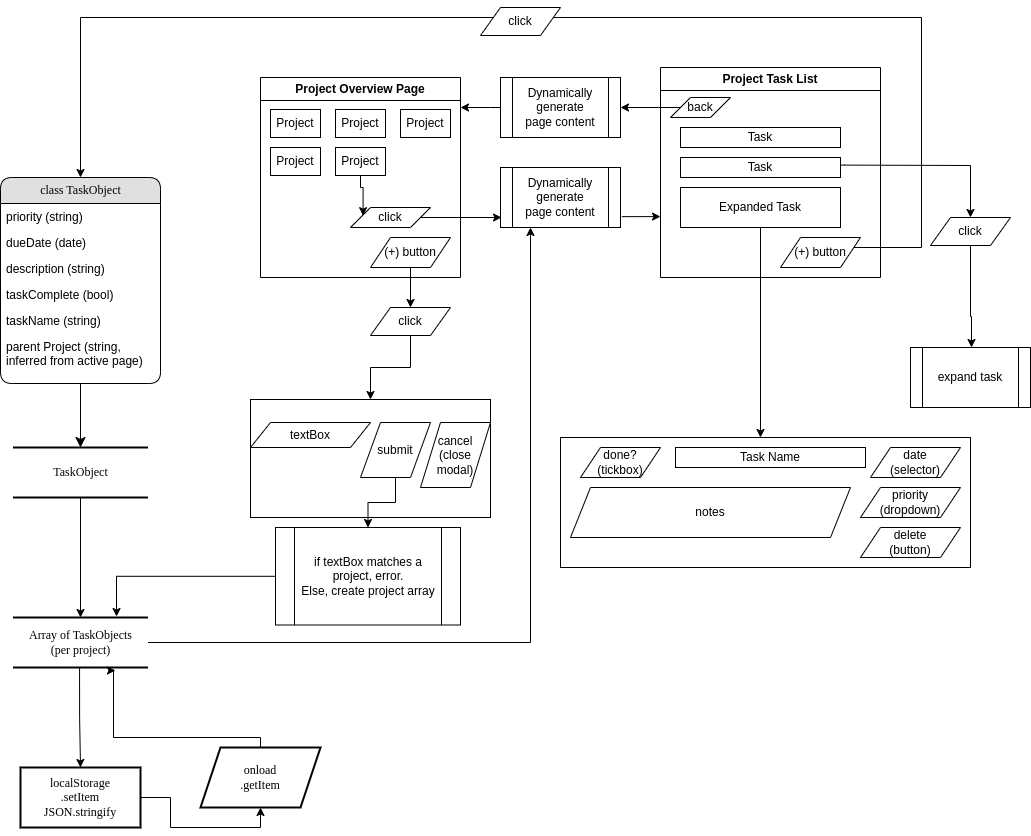
Before: flowchart.drawio.png, a diagram exported from draw.io (sykul/Todo-List). Source tidied: cells renumbered, new cells last; positions are measured from the earlier drawing's top-left corner, leaving out a move shared by most shapes.
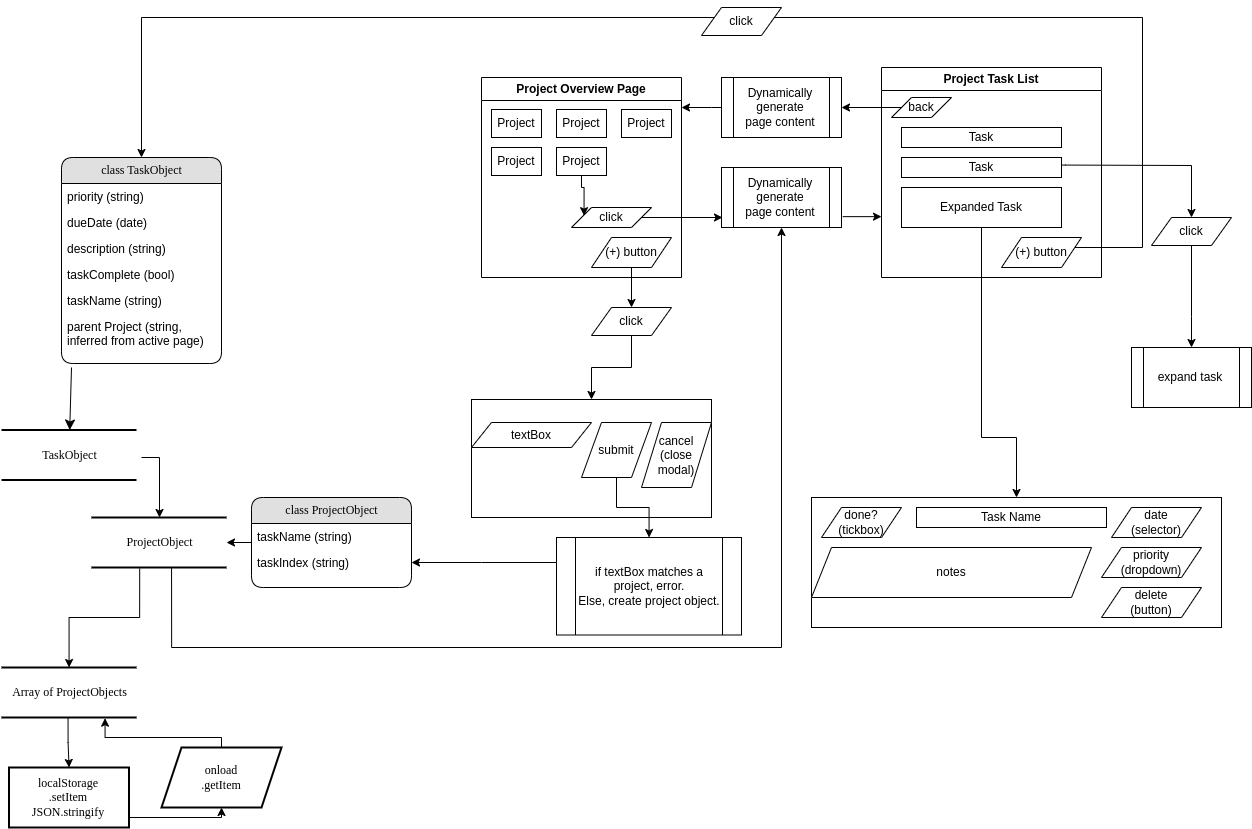
The same file after the commit.

The edit, as a diff of the source:
```diff
@@ -2,14 +2,21 @@
   <root>
     <mxCell id="0" />
     <mxCell id="1" parent="0" />
-    <mxCell id="2" style="edgeStyle=orthogonalEdgeStyle;rounded=0;jettySize=auto;html=1;" parent="1" edge="1" source="3" target="12">
+    <mxCell id="2" style="edgeStyle=orthogonalEdgeStyle;rounded=0;jettySize=auto;html=1;exitX=0.357;exitY=1.022;exitDx=0;exitDy=0;exitPerimeter=0;" parent="1" edge="1" source="70" target="12">
       <mxGeometry relative="1" as="geometry" />
     </mxCell>
+    <mxCell id="65" style="edgeStyle=orthogonalEdgeStyle;rounded=0;jettySize=auto;html=1;exitX=1.037;exitY=0.55;exitDx=0;exitDy=0;exitPerimeter=0;" parent="1" edge="1" source="3" target="70">
+      <mxGeometry relative="1" as="geometry">
+        <Array as="points">
+          <mxPoint x="-62" y="450" />
+        </Array>
+      </mxGeometry>
+    </mxCell>
     <mxCell id="3" value="TaskObject" style="html=1;rounded=0;shadow=0;comic=0;labelBackgroundColor=none;strokeWidth=2;fontFamily=Verdana;fontSize=12;align=center;shape=mxgraph.ios7ui.horLines;" parent="1" vertex="1">
-      <mxGeometry x="12.5" y="440" width="135" height="50" as="geometry" />
+      <mxGeometry x="-220" y="422.5" width="135" height="50" as="geometry" />
     </mxCell>
     <mxCell id="4" value="class TaskObject" style="swimlane;html=1;fontStyle=0;horizontal=1;startSize=26;fillColor=#e0e0e0;swimlaneFillColor=#ffffff;align=center;rounded=1;shadow=0;comic=0;labelBackgroundColor=none;strokeWidth=1;fontFamily=Verdana;fontSize=12;" parent="1" vertex="1">
-      <mxGeometry y="170" width="160" height="206" as="geometry" />
+      <mxGeometry x="-160" y="150" width="160" height="206" as="geometry" />
     </mxCell>
     <mxCell id="5" value="priority (string)" style="text;html=1;strokeColor=none;fillColor=none;spacingLeft=4;spacingRight=4;whiteSpace=wrap;overflow=hidden;" parent="4" vertex="1">
       <mxGeometry y="26" width="160" height="26" as="geometry" />
@@ -29,14 +36,21 @@
     <mxCell id="10" value="parent Project (string, inferred from active page)" style="text;html=1;strokeColor=none;fillColor=none;spacingLeft=4;spacingRight=4;whiteSpace=wrap;overflow=hidden;" parent="4" vertex="1">
       <mxGeometry y="156" width="160" height="34" as="geometry" />
     </mxCell>
-    <mxCell id="11" style="edgeStyle=orthogonalEdgeStyle;rounded=0;jettySize=auto;html=1;entryX=0.25;entryY=1;entryDx=0;entryDy=0;" parent="1" edge="1" source="12" target="44">
-      <mxGeometry relative="1" as="geometry" />
+    <mxCell id="11" style="edgeStyle=orthogonalEdgeStyle;rounded=0;jettySize=auto;html=1;entryX=0.5;entryY=1;entryDx=0;entryDy=0;exitX=0.593;exitY=1.013;exitDx=0;exitDy=0;exitPerimeter=0;" parent="1" edge="1" source="70" target="44">
+      <mxGeometry relative="1" as="geometry">
+        <Array as="points">
+          <mxPoint x="-50" y="640" />
+          <mxPoint x="560" y="640" />
+        </Array>
+      </mxGeometry>
     </mxCell>
-    <mxCell id="12" value="&lt;div&gt;&lt;span style=&quot;background-color: initial;&quot;&gt;Array of TaskObjects&lt;/span&gt;&lt;br&gt;&lt;/div&gt;&lt;div&gt;&lt;span style=&quot;background-color: initial;&quot;&gt;(per project)&lt;/span&gt;&lt;/div&gt;" style="html=1;rounded=0;shadow=0;comic=0;labelBackgroundColor=none;strokeWidth=2;fontFamily=Verdana;fontSize=12;align=center;shape=mxgraph.ios7ui.horLines;" parent="1" vertex="1">
-      <mxGeometry x="12.5" y="610" width="135" height="50" as="geometry" />
+    <mxCell id="12" value="&lt;div&gt;&lt;span style=&quot;background-color: initial;&quot;&gt;Array of ProjectObjects&lt;/span&gt;&lt;/div&gt;" style="html=1;rounded=0;shadow=0;comic=0;labelBackgroundColor=none;strokeWidth=2;fontFamily=Verdana;fontSize=12;align=center;shape=mxgraph.ios7ui.horLines;" parent="1" vertex="1">
+      <mxGeometry x="-220" y="660" width="135" height="50" as="geometry" />
     </mxCell>
-    <mxCell id="13" style="edgeStyle=none;html=1;labelBackgroundColor=none;startFill=0;startSize=8;endFill=1;endSize=8;fontFamily=Verdana;fontSize=12;" parent="1" edge="1" source="4" target="3">
-      <mxGeometry relative="1" as="geometry" />
+    <mxCell id="13" style="edgeStyle=none;html=1;labelBackgroundColor=none;startFill=0;startSize=8;endFill=1;endSize=8;fontFamily=Verdana;fontSize=12;" parent="1" edge="1" target="3">
+      <mxGeometry relative="1" as="geometry">
+        <mxPoint x="-150" y="360" as="sourcePoint" />
+      </mxGeometry>
     </mxCell>
     <mxCell id="14" value="Project Overview&lt;span style=&quot;background-color: initial;&quot;&gt;&amp;nbsp;Page&lt;/span&gt;" style="swimlane;whiteSpace=wrap;html=1;" parent="1" vertex="1">
       <mxGeometry x="260" y="70" width="200" height="200" as="geometry" />
@@ -91,7 +105,7 @@
     <mxCell id="29" style="edgeStyle=orthogonalEdgeStyle;rounded=0;jettySize=auto;html=1;entryX=0.5;entryY=0;entryDx=0;entryDy=0;" parent="1" edge="1" source="54" target="4">
       <mxGeometry relative="1" as="geometry">
         <Array as="points">
-          <mxPoint x="80" y="10" />
+          <mxPoint x="-80" y="10" />
         </Array>
       </mxGeometry>
     </mxCell>
@@ -123,25 +137,25 @@
       <mxGeometry x="910" y="340" width="120" height="60" as="geometry" />
     </mxCell>
     <mxCell id="35" style="rounded=0;whiteSpace=wrap;html=1;" parent="1" vertex="1">
-      <mxGeometry x="560" y="430" width="410" height="130" as="geometry" />
+      <mxGeometry x="590" y="490" width="410" height="130" as="geometry" />
     </mxCell>
     <mxCell id="36" value="date&lt;div&gt;(selector)&lt;/div&gt;" style="shape=parallelogram;perimeter=parallelogramPerimeter;whiteSpace=wrap;html=1;fixedSize=1;" parent="1" vertex="1">
-      <mxGeometry x="870" y="440" width="90" height="30" as="geometry" />
+      <mxGeometry x="890" y="500" width="90" height="30" as="geometry" />
     </mxCell>
     <mxCell id="37" value="done?&lt;div&gt;(tickbox)&lt;/div&gt;" style="shape=parallelogram;perimeter=parallelogramPerimeter;whiteSpace=wrap;html=1;fixedSize=1;" parent="1" vertex="1">
-      <mxGeometry x="580" y="440" width="80" height="30" as="geometry" />
+      <mxGeometry x="600" y="500" width="80" height="30" as="geometry" />
     </mxCell>
     <mxCell id="38" value="notes" style="shape=parallelogram;perimeter=parallelogramPerimeter;whiteSpace=wrap;html=1;fixedSize=1;" parent="1" vertex="1">
-      <mxGeometry x="570" y="480" width="280" height="50" as="geometry" />
+      <mxGeometry x="590" y="540" width="280" height="50" as="geometry" />
     </mxCell>
     <mxCell id="39" value="priority&lt;div&gt;(dropdown)&lt;/div&gt;" style="shape=parallelogram;perimeter=parallelogramPerimeter;whiteSpace=wrap;html=1;fixedSize=1;" parent="1" vertex="1">
-      <mxGeometry x="860" y="480" width="100" height="30" as="geometry" />
+      <mxGeometry x="880" y="540" width="100" height="30" as="geometry" />
     </mxCell>
     <mxCell id="40" value="Task Name" style="rounded=0;whiteSpace=wrap;html=1;" parent="1" vertex="1">
-      <mxGeometry x="675" y="440" width="190" height="20" as="geometry" />
+      <mxGeometry x="695" y="500" width="190" height="20" as="geometry" />
     </mxCell>
     <mxCell id="41" value="delete&lt;div&gt;(button)&lt;/div&gt;" style="shape=parallelogram;perimeter=parallelogramPerimeter;whiteSpace=wrap;html=1;fixedSize=1;" parent="1" vertex="1">
-      <mxGeometry x="860" y="520" width="100" height="30" as="geometry" />
+      <mxGeometry x="880" y="580" width="100" height="30" as="geometry" />
     </mxCell>
     <mxCell id="42" style="edgeStyle=orthogonalEdgeStyle;rounded=0;jettySize=auto;html=1;exitX=1.011;exitY=0.819;exitDx=0;exitDy=0;exitPerimeter=0;" parent="1" edge="1" source="44">
       <mxGeometry relative="1" as="geometry">
@@ -171,11 +185,11 @@
     <mxCell id="46" style="edgeStyle=orthogonalEdgeStyle;rounded=0;jettySize=auto;html=1;entryX=1;entryY=0.5;entryDx=0;entryDy=0;" parent="1" edge="1" source="28" target="48">
       <mxGeometry relative="1" as="geometry" />
     </mxCell>
-    <mxCell id="47" style="edgeStyle=orthogonalEdgeStyle;rounded=0;jettySize=auto;html=1;" parent="1" edge="1" source="26">
+    <mxCell id="47" style="edgeStyle=orthogonalEdgeStyle;rounded=0;jettySize=auto;html=1;entryX=0.5;entryY=0;entryDx=0;entryDy=0;" parent="1" edge="1" source="26" target="35">
       <mxGeometry relative="1" as="geometry">
-        <mxPoint x="760" y="430" as="targetPoint" />
         <Array as="points">
           <mxPoint x="760" y="430" />
+          <mxPoint x="795" y="430" />
         </Array>
       </mxGeometry>
     </mxCell>
@@ -183,20 +197,23 @@
       <mxGeometry x="500" y="70" width="120" height="60" as="geometry" />
     </mxCell>
     <mxCell id="49" value="localStorage&lt;div&gt;.setItem&lt;/div&gt;&lt;div&gt;JSON.stringify&lt;/div&gt;" style="whiteSpace=wrap;html=1;fontFamily=Verdana;rounded=0;shadow=0;comic=0;labelBackgroundColor=none;strokeWidth=2;" parent="1" vertex="1">
-      <mxGeometry x="20" y="760" width="120" height="60" as="geometry" />
+      <mxGeometry x="-212.5" y="760" width="120" height="60" as="geometry" />
     </mxCell>
     <mxCell id="50" style="edgeStyle=orthogonalEdgeStyle;rounded=0;jettySize=auto;html=1;entryX=0.5;entryY=1;entryDx=0;entryDy=0;" parent="1" edge="1" source="49" target="51">
-      <mxGeometry relative="1" as="geometry" />
+      <mxGeometry relative="1" as="geometry">
+        <Array as="points">
+          <mxPoint y="810" />
+        </Array>
+      </mxGeometry>
     </mxCell>
     <mxCell id="51" value="onload&lt;div&gt;.getItem&lt;/div&gt;" style="shape=parallelogram;perimeter=parallelogramPerimeter;whiteSpace=wrap;html=1;fixedSize=1;fontFamily=Verdana;rounded=0;shadow=0;comic=0;labelBackgroundColor=none;strokeWidth=2;" parent="1" vertex="1">
-      <mxGeometry x="200" y="740" width="120" height="60" as="geometry" />
+      <mxGeometry x="-60" y="740" width="120" height="60" as="geometry" />
     </mxCell>
-    <mxCell id="52" style="edgeStyle=orthogonalEdgeStyle;rounded=0;jettySize=auto;html=1;entryX=0.759;entryY=1.06;entryDx=0;entryDy=0;entryPerimeter=0;exitX=0.5;exitY=0;exitDx=0;exitDy=0;" parent="1" edge="1" source="51" target="12">
+    <mxCell id="52" style="edgeStyle=orthogonalEdgeStyle;rounded=0;jettySize=auto;html=1;entryX=0.767;entryY=1.014;entryDx=0;entryDy=0;entryPerimeter=0;exitX=0.5;exitY=0;exitDx=0;exitDy=0;" parent="1" edge="1" source="51" target="12">
       <mxGeometry relative="1" as="geometry">
         <Array as="points">
-          <mxPoint x="260" y="730" />
-          <mxPoint x="113" y="730" />
-          <mxPoint x="113" y="663" />
+          <mxPoint y="730" />
+          <mxPoint x="-117" y="730" />
         </Array>
       </mxGeometry>
     </mxCell>
@@ -235,11 +252,31 @@
     <mxCell id="62" value="cancel&lt;div&gt;(close&lt;/div&gt;&lt;div&gt;modal)&lt;/div&gt;" style="shape=parallelogram;perimeter=parallelogramPerimeter;whiteSpace=wrap;html=1;fixedSize=1;" parent="1" vertex="1">
       <mxGeometry x="420" y="415" width="70" height="65" as="geometry" />
     </mxCell>
-    <mxCell id="63" value="if textBox matches a project, error.&lt;div&gt;Else, create project array&lt;/div&gt;" style="shape=process;whiteSpace=wrap;html=1;backgroundOutline=1;" parent="1" vertex="1">
-      <mxGeometry x="275" y="520" width="185" height="97.5" as="geometry" />
+    <mxCell id="63" value="if textBox matches a project, error.&lt;div&gt;Else, create project object.&lt;/div&gt;" style="shape=process;whiteSpace=wrap;html=1;backgroundOutline=1;" parent="1" vertex="1">
+      <mxGeometry x="335" y="530" width="185" height="97.5" as="geometry" />
     </mxCell>
-    <mxCell id="64" style="edgeStyle=orthogonalEdgeStyle;rounded=0;jettySize=auto;html=1;entryX=0.767;entryY=-0.02;entryDx=0;entryDy=0;entryPerimeter=0;" parent="1" edge="1" source="63" target="12">
-      <mxGeometry relative="1" as="geometry" />
+    <mxCell id="64" style="edgeStyle=orthogonalEdgeStyle;rounded=0;jettySize=auto;html=1;entryX=1;entryY=0.5;entryDx=0;entryDy=0;" parent="1" edge="1" source="63" target="69">
+      <mxGeometry relative="1" as="geometry">
+        <Array as="points">
+          <mxPoint x="260" y="555" />
+          <mxPoint x="260" y="555" />
+        </Array>
+      </mxGeometry>
     </mxCell>
+    <mxCell id="66" style="edgeStyle=orthogonalEdgeStyle;rounded=0;jettySize=auto;html=1;" parent="1" edge="1" source="67" target="70">
+      <mxGeometry relative="1" as="geometry" />
+    </mxCell>
+    <mxCell id="67" value="class ProjectObject" style="swimlane;html=1;fontStyle=0;horizontal=1;startSize=26;fillColor=#e0e0e0;swimlaneFillColor=#ffffff;align=center;rounded=1;shadow=0;comic=0;labelBackgroundColor=none;strokeWidth=1;fontFamily=Verdana;fontSize=12;" parent="1" vertex="1">
+      <mxGeometry x="30" y="490" width="160" height="90" as="geometry" />
+    </mxCell>
+    <mxCell id="68" value="taskName (string)" style="text;html=1;strokeColor=none;fillColor=none;spacingLeft=4;spacingRight=4;whiteSpace=wrap;overflow=hidden;" parent="67" vertex="1">
+      <mxGeometry y="26" width="160" height="26" as="geometry" />
+    </mxCell>
+    <mxCell id="69" value="taskIndex (string)" style="text;html=1;strokeColor=none;fillColor=none;spacingLeft=4;spacingRight=4;whiteSpace=wrap;overflow=hidden;points=[[0,0.5],[1,0.5]];portConstraint=eastwest;" parent="67" vertex="1">
+      <mxGeometry y="52" width="160" height="26" as="geometry" />
+    </mxCell>
+    <mxCell id="70" value="ProjectObject" style="html=1;rounded=0;shadow=0;comic=0;labelBackgroundColor=none;strokeWidth=2;fontFamily=Verdana;fontSize=12;align=center;shape=mxgraph.ios7ui.horLines;" parent="1" vertex="1">
+      <mxGeometry x="-130" y="510" width="135" height="50" as="geometry" />
+    </mxCell>
   </root>
 </mxGraphModel>
```
